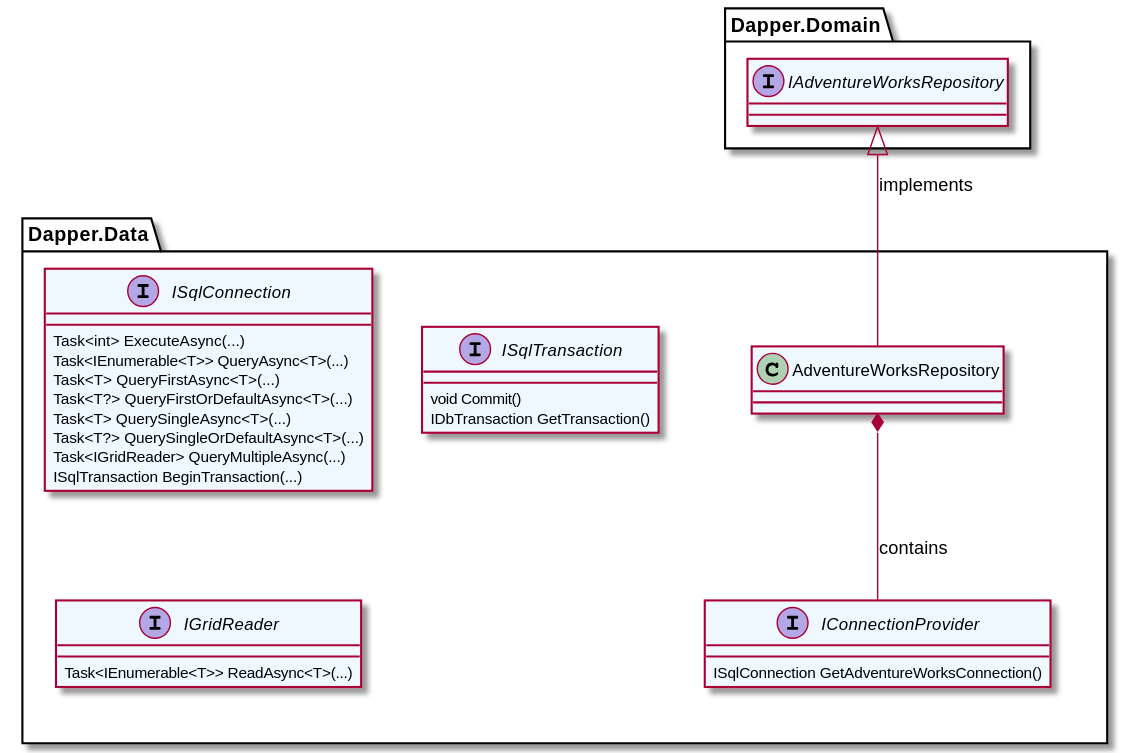
The PlantUML diagram Dapper.Data/data-access-layer.svg in beautifulcoder/practical-dapper, before a commit. Source of this version:
```plantuml
@startuml

package Dapper.Data {
  together {
    class AdventureWorksRepository #aliceblue

    interface IConnectionProvider #aliceblue {
      ISqlConnection GetAdventureWorksConnection()
    }
  }

  interface ISqlConnection #aliceblue {
    Task<int> ExecuteAsync(...)
    Task<IEnumerable<T>> QueryAsync<T>(...)
    Task<T> QueryFirstAsync<T>(...)
    Task<T?> QueryFirstOrDefaultAsync<T>(...)
    Task<T> QuerySingleAsync<T>(...)
    Task<T?> QuerySingleOrDefaultAsync<T>(...)
    Task<IGridReader> QueryMultipleAsync(...)
    ISqlTransaction BeginTransaction(...)
  }

  interface ISqlTransaction #aliceblue {
    void Commit()
    IDbTransaction GetTransaction()
  }

  interface IGridReader #aliceblue {
    Task<IEnumerable<T>> ReadAsync<T>(...)
  }
}

package Dapper.Domain {
  interface IAdventureWorksRepository #aliceblue
}

IAdventureWorksRepository <|-- AdventureWorksRepository : implements
AdventureWorksRepository *-- IConnectionProvider : contains

@enduml
```
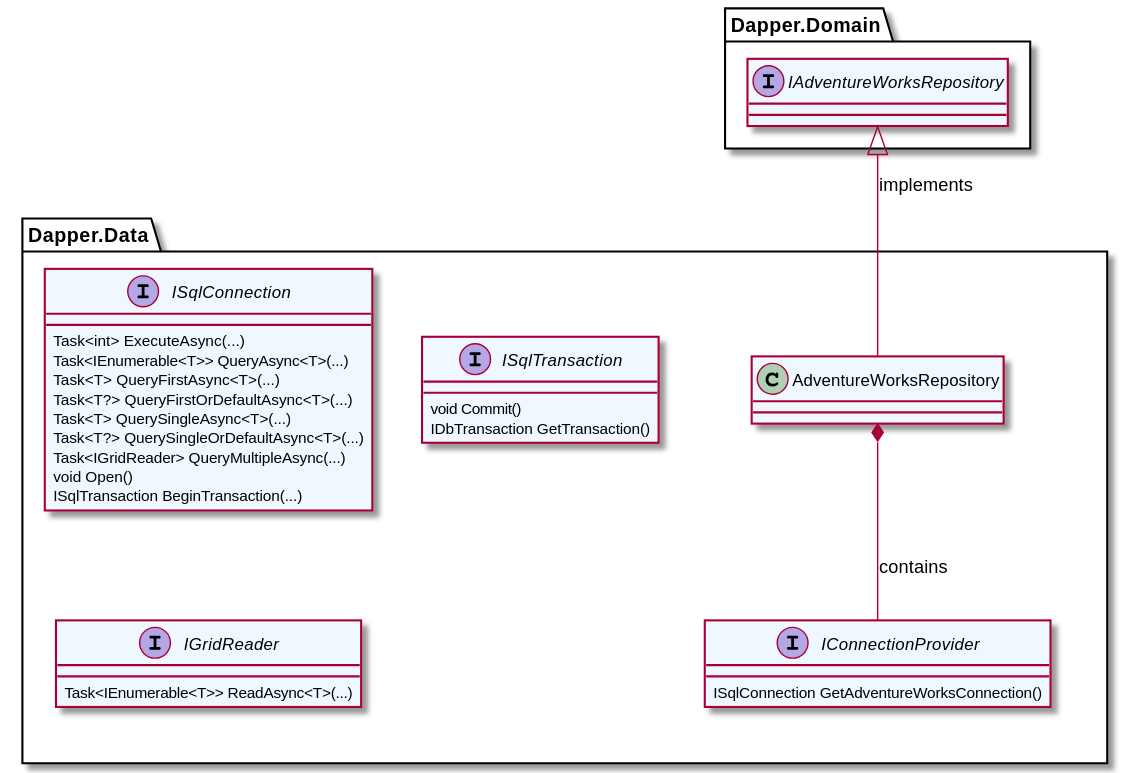
The same file after the commit.

Commit message:
Support Dapper transaction via open connection

The edit, as a diff of the source:
```diff
@@ -17,6 +17,7 @@
     Task<T> QuerySingleAsync<T>(...)
     Task<T?> QuerySingleOrDefaultAsync<T>(...)
     Task<IGridReader> QueryMultipleAsync(...)
+    void Open()
     ISqlTransaction BeginTransaction(...)
   }
 
```
